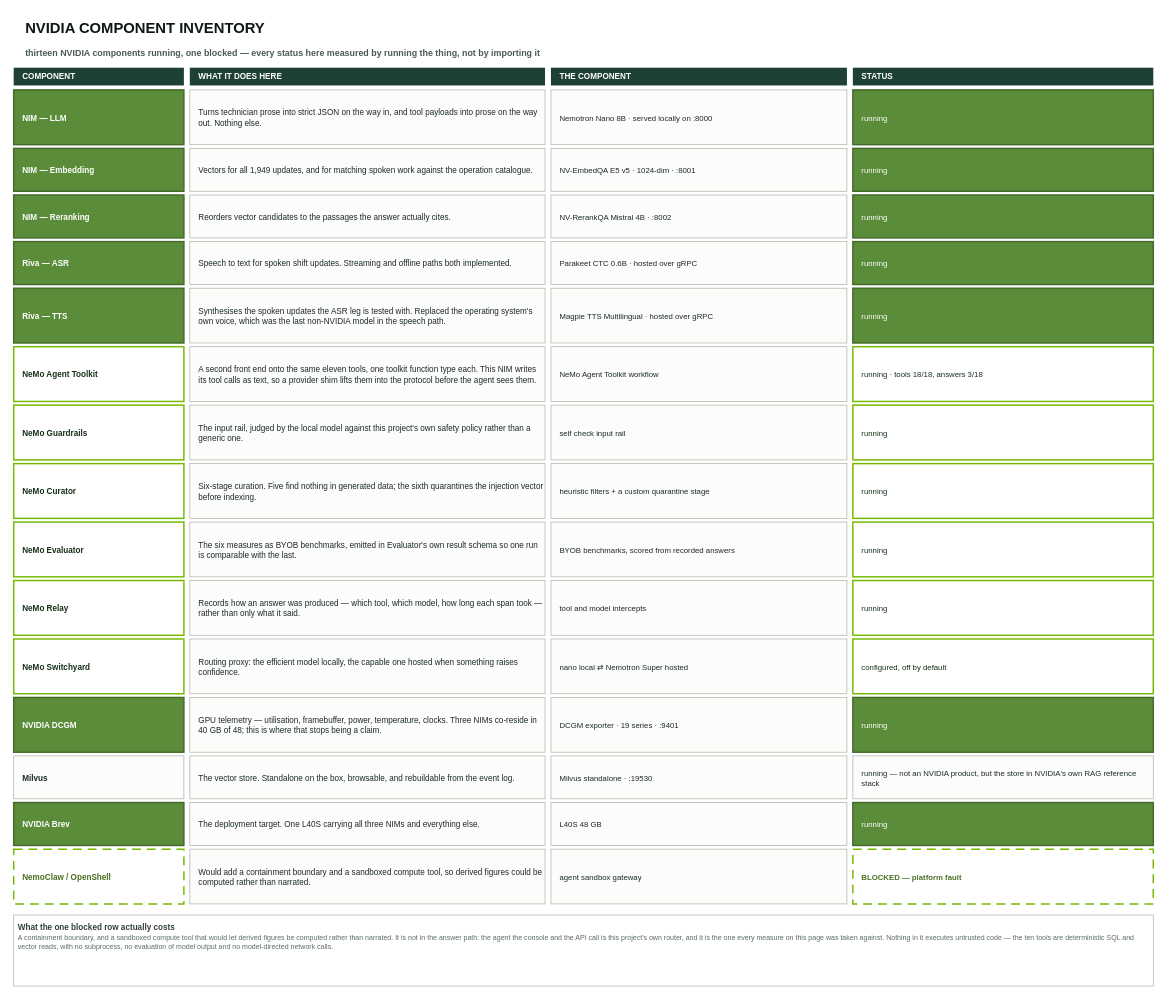
Earlier version of the draw.io diagram page "4 · NVIDIA components" (4 of 7) of docs/architecture.drawio (RaunakDasgupta/automotive-service-agent). Source tidied: cells renumbered, new cells numbered last; positions are measured from the earlier drawing's top-left corner, leaving out a move shared by most shapes. Both pictures are drawn from the tidied source at 74%, with x=0, y=0 at pixel (13, 13).
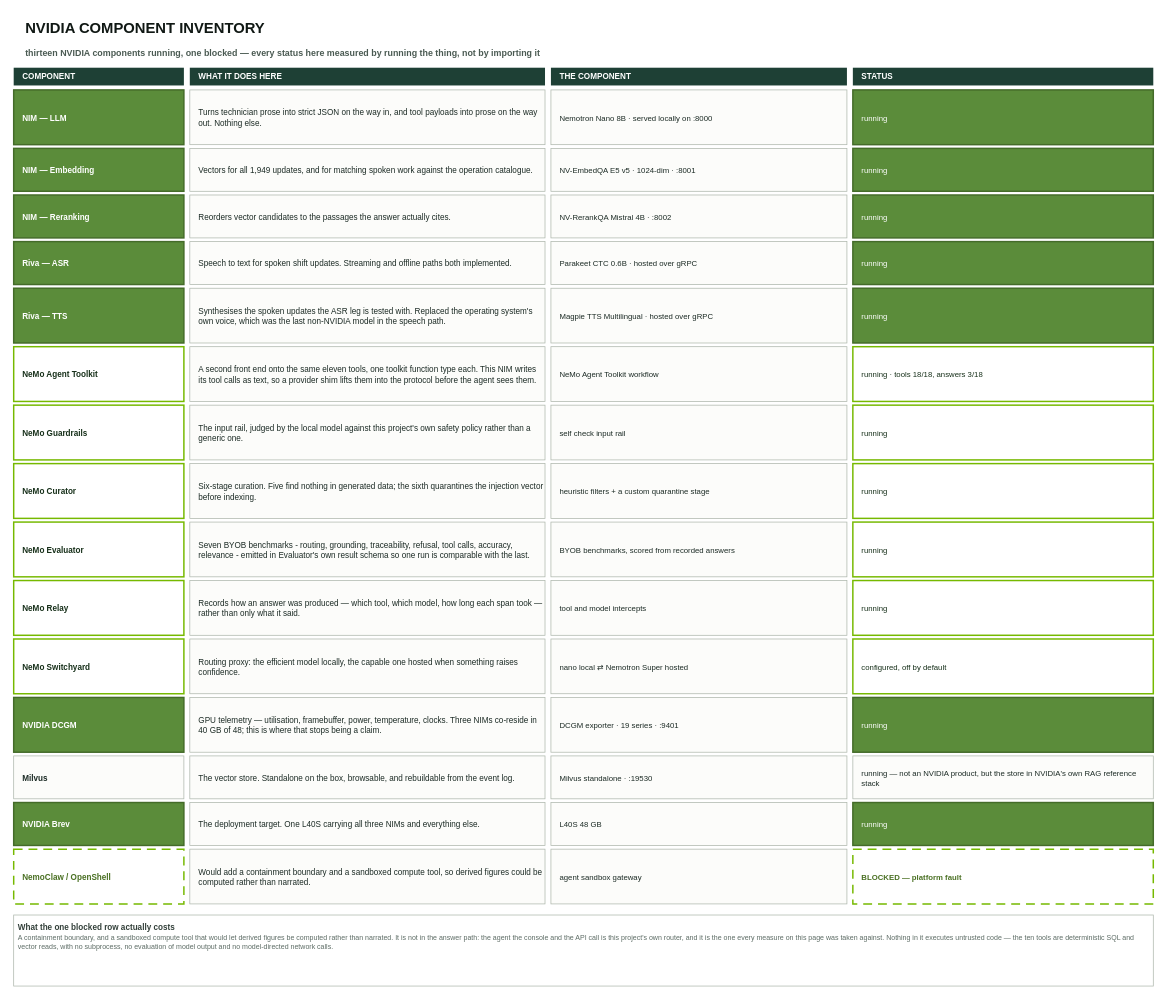
The same page after the edit.

Commit message (it also covers changes not shown here):
Three more NeMo Evaluator benchmarks, and the bug they found

Diff of the diagram source:
```diff
@@
-    <mxCell id="41" value="&lt;font style=&quot;font-size:11px;&quot;&gt;The six measures as BYOB benchmarks, emitted in Evaluator's own result schema so one run is comparable with the last.&lt;/font&gt;" style="rounded=0;whiteSpace=wrap;html=1;align=left;verticalAlign=top;spacing=4;spacingLeft=8;spacingTop=2;fontSize=11;fillColor=#FCFCFA;strokeColor=#AEB7AC;strokeWidth=1;fontColor=#1C2B25;verticalAlign=middle;" parent="1" vertex="1">
+    <mxCell id="41" value="&lt;font style=&quot;font-size:11px;&quot;&gt;Seven BYOB benchmarks - routing, grounding, traceability, refusal, tool calls, accuracy, relevance - emitted in Evaluator's own result schema so one run is comparable with the last.&lt;/font&gt;" style="rounded=0;whiteSpace=wrap;html=1;align=left;verticalAlign=top;spacing=4;spacingLeft=8;spacingTop=2;fontSize=11;fillColor=#FCFCFA;strokeColor=#AEB7AC;strokeWidth=1;fontColor=#1C2B25;verticalAlign=middle;" parent="1" vertex="1">
       <mxGeometry x="238" y="688" width="480" height="74" as="geometry" />
     </mxCell>
```
